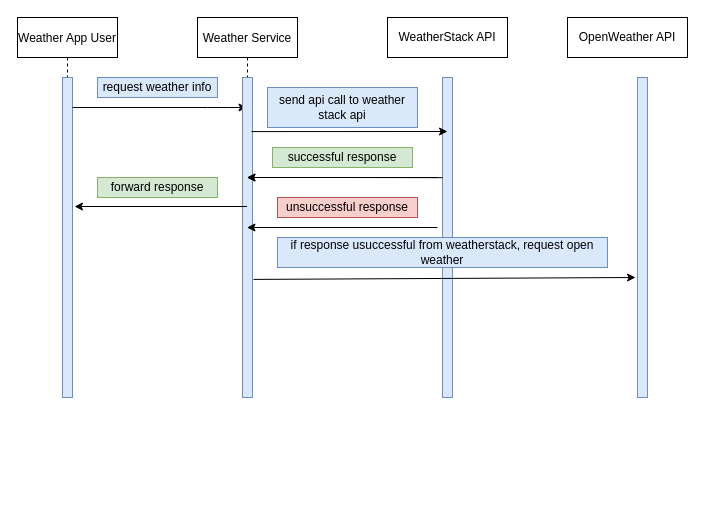
The draw.io diagram Untitled Diagram.drawio in hariprathap-hp/minderaWeatherService, before the edit. Source tidied: cells renumbered, new cells numbered last; positions are measured from the earlier drawing's top-left corner, leaving out a move shared by most shapes. Both pictures are drawn from the tidied source at 100%, with x=0, y=0 at pixel (17, 17).
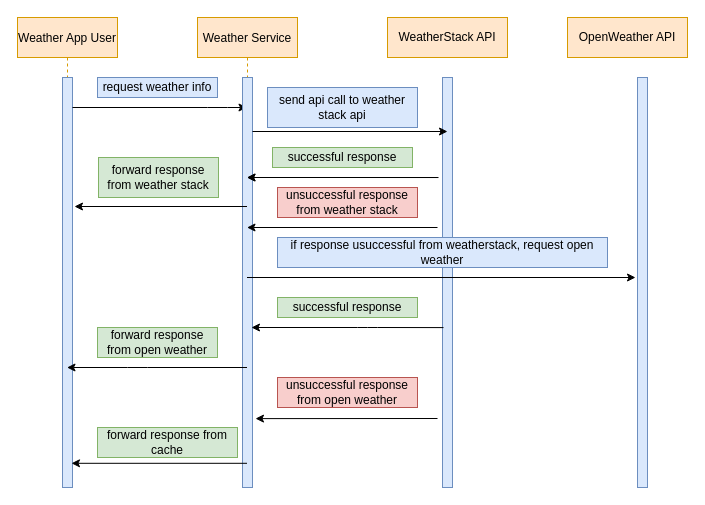
The same diagram, later.

What changed in the source:
```diff
@@
-    <mxCell id="2" value="Weather App User" style="shape=umlLifeline;perimeter=lifelinePerimeter;rounded=0;shadow=0;strokeWidth=1;" parent="1" vertex="1">
-      <mxGeometry width="100" height="380" as="geometry" />
+    <mxCell id="2" value="Weather App User" style="shape=umlLifeline;perimeter=lifelinePerimeter;rounded=0;shadow=0;strokeWidth=1;fillColor=#ffe6cc;strokeColor=#d79b00;" parent="1" vertex="1">
+      <mxGeometry width="100" height="470" as="geometry" />
     </mxCell>
     <mxCell id="3" style="points=[];perimeter=orthogonalPerimeter;rounded=0;shadow=0;strokeWidth=1;fillColor=#dae8fc;strokeColor=#6c8ebf;" parent="2" vertex="1">
-      <mxGeometry x="45" y="60" width="10" height="320" as="geometry" />
+      <mxGeometry x="45" y="60" width="10" height="410" as="geometry" />
     </mxCell>
@@
-    <mxCell id="5" value="Weather Service" style="shape=umlLifeline;perimeter=lifelinePerimeter;rounded=0;shadow=0;strokeWidth=1;" parent="1" vertex="1">
-      <mxGeometry x="180" width="100" height="380" as="geometry" />
+    <mxCell id="5" value="Weather Service" style="shape=umlLifeline;perimeter=lifelinePerimeter;rounded=0;shadow=0;strokeWidth=1;fillColor=#ffe6cc;strokeColor=#d79b00;" parent="1" vertex="1">
+      <mxGeometry x="180" width="100" height="470" as="geometry" />
     </mxCell>
     <mxCell id="6" style="points=[];perimeter=orthogonalPerimeter;rounded=0;shadow=0;strokeWidth=1;fillColor=#dae8fc;strokeColor=#6c8ebf;" parent="5" vertex="1">
-      <mxGeometry x="45" y="60" width="10" height="320" as="geometry" />
+      <mxGeometry x="45" y="60" width="10" height="410" as="geometry" />
     </mxCell>
-    <mxCell id="7" value="WeatherStack API" style="rounded=0;whiteSpace=wrap;html=1;" parent="1" vertex="1">
+    <mxCell id="7" value="WeatherStack API" style="rounded=0;whiteSpace=wrap;html=1;fillColor=#ffe6cc;strokeColor=#d79b00;" parent="1" vertex="1">
       <mxGeometry x="370" width="120" height="40" as="geometry" />
     </mxCell>
-    <mxCell id="8" value="OpenWeather API" style="rounded=0;whiteSpace=wrap;html=1;" parent="1" vertex="1">
+    <mxCell id="8" value="OpenWeather API" style="rounded=0;whiteSpace=wrap;html=1;fillColor=#ffe6cc;strokeColor=#d79b00;" parent="1" vertex="1">
       <mxGeometry x="550" width="120" height="40" as="geometry" />
     </mxCell>
@@
     <mxCell id="10" style="points=[];perimeter=orthogonalPerimeter;rounded=0;shadow=0;strokeWidth=1;fillColor=#dae8fc;strokeColor=#6c8ebf;" parent="1" vertex="1">
-      <mxGeometry x="425" y="60" width="10" height="320" as="geometry" />
+      <mxGeometry x="425" y="60" width="10" height="410" as="geometry" />
     </mxCell>
     <mxCell id="11" style="perimeter=orthogonalPerimeter;rounded=0;shadow=0;strokeWidth=1;fillColor=#dae8fc;strokeColor=#6c8ebf;" parent="1" vertex="1">
-      <mxGeometry x="620" y="60" width="10" height="320" as="geometry" />
+      <mxGeometry x="620" y="60" width="10" height="410" as="geometry" />
     </mxCell>
-    <mxCell id="12" style="endArrow=classic;html=1;exitX=0.9;exitY=0.169;exitDx=0;exitDy=0;exitPerimeter=0;" parent="1" edge="1" source="6">
+    <mxCell id="12" style="endArrow=classic;html=1;" parent="1" edge="1" source="6">
       <mxGeometry relative="1" as="geometry">
         <mxPoint x="430" y="114" as="targetPoint" />
       </mxGeometry>
     </mxCell>
@@
-    <mxCell id="17" value="forward response" style="text;html=1;strokeColor=#82b366;fillColor=#d5e8d4;align=center;verticalAlign=middle;whiteSpace=wrap;rounded=0;" parent="1" vertex="1">
-      <mxGeometry x="80" y="160" width="120" height="20" as="geometry" />
+    <mxCell id="17" value="forward response from weather stack" style="text;html=1;strokeColor=#82b366;fillColor=#d5e8d4;align=center;verticalAlign=middle;whiteSpace=wrap;rounded=0;" parent="1" vertex="1">
+      <mxGeometry x="81" y="140" width="120" height="40" as="geometry" />
     </mxCell>
-    <mxCell id="18" value="unsuccessful response" style="text;html=1;strokeColor=#b85450;fillColor=#f8cecc;align=center;verticalAlign=middle;whiteSpace=wrap;rounded=0;" parent="1" vertex="1">
-      <mxGeometry x="260" y="180" width="140" height="20" as="geometry" />
+    <mxCell id="18" value="unsuccessful response from weather stack" style="text;html=1;strokeColor=#b85450;fillColor=#f8cecc;align=center;verticalAlign=middle;whiteSpace=wrap;rounded=0;" parent="1" vertex="1">
+      <mxGeometry x="260" y="170" width="140" height="30" as="geometry" />
     </mxCell>
-    <mxCell id="19" style="endArrow=classic;html=1;exitX=1.1;exitY=0.631;exitDx=0;exitDy=0;exitPerimeter=0;" parent="1" edge="1" source="6">
+    <mxCell id="19" style="endArrow=classic;html=1;" parent="1" edge="1" source="5">
       <mxGeometry relative="1" as="geometry">
         <mxPoint x="618" y="260" as="targetPoint" />
       </mxGeometry>
     </mxCell>
@@
-    <mxCell id="21" style="endArrow=classic;html=1;exitX=0;exitY=0.313;exitDx=0;exitDy=0;exitPerimeter=0;" parent="1" edge="1" source="10" target="5">
+    <mxCell id="21" style="endArrow=classic;html=1;exitX=-0.4;exitY=0.244;exitDx=0;exitDy=0;exitPerimeter=0;" parent="1" edge="1" source="10" target="5">
       <mxGeometry relative="1" as="geometry">
         <Array as="points">
           <mxPoint x="320" y="160" />
         </Array>
       </mxGeometry>
     </mxCell>
@@
+    <mxCell id="23" value="successful response" style="text;html=1;strokeColor=#82b366;fillColor=#d5e8d4;align=center;verticalAlign=middle;whiteSpace=wrap;rounded=0;" parent="1" vertex="1">
+      <mxGeometry x="260" y="280" width="140" height="20" as="geometry" />
+    </mxCell>
+    <mxCell id="24" style="endArrow=classic;html=1;exitX=0.1;exitY=0.61;exitDx=0;exitDy=0;exitPerimeter=0;" parent="1" edge="1" source="10">
+      <mxGeometry relative="1" as="geometry">
+        <mxPoint x="234" y="310" as="targetPoint" />
+        <Array as="points">
+          <mxPoint x="350" y="310" />
+        </Array>
+      </mxGeometry>
+    </mxCell>
+    <mxCell id="25" style="endArrow=classic;html=1;" parent="1" edge="1" source="5" target="2">
+      <mxGeometry relative="1" as="geometry">
+        <Array as="points">
+          <mxPoint x="120" y="350" />
+        </Array>
+      </mxGeometry>
+    </mxCell>
+    <mxCell id="26" value="forward response from open weather" style="text;html=1;strokeColor=#82b366;fillColor=#d5e8d4;align=center;verticalAlign=middle;whiteSpace=wrap;rounded=0;" parent="1" vertex="1">
+      <mxGeometry x="80" y="310" width="120" height="30" as="geometry" />
+    </mxCell>
+    <mxCell id="27" value="unsuccessful response from open weather" style="text;html=1;strokeColor=#b85450;fillColor=#f8cecc;align=center;verticalAlign=middle;whiteSpace=wrap;rounded=0;" parent="1" vertex="1">
+      <mxGeometry x="260" y="360" width="140" height="30" as="geometry" />
+    </mxCell>
+    <mxCell id="28" style="endArrow=classic;html=1;entryX=1.3;entryY=0.832;entryDx=0;entryDy=0;entryPerimeter=0;" parent="1" edge="1" target="6">
+      <mxGeometry relative="1" as="geometry">
+        <mxPoint x="420" y="401" as="sourcePoint" />
+      </mxGeometry>
+    </mxCell>
+    <mxCell id="29" style="endArrow=classic;html=1;entryX=0.9;entryY=0.941;entryDx=0;entryDy=0;entryPerimeter=0;" parent="1" edge="1" source="5" target="3">
+      <mxGeometry relative="1" as="geometry" />
+    </mxCell>
+    <mxCell id="30" value="forward response from cache" style="text;html=1;strokeColor=#82b366;fillColor=#d5e8d4;align=center;verticalAlign=middle;whiteSpace=wrap;rounded=0;" parent="1" vertex="1">
+      <mxGeometry x="80" y="410" width="140" height="30" as="geometry" />
+    </mxCell>
```
